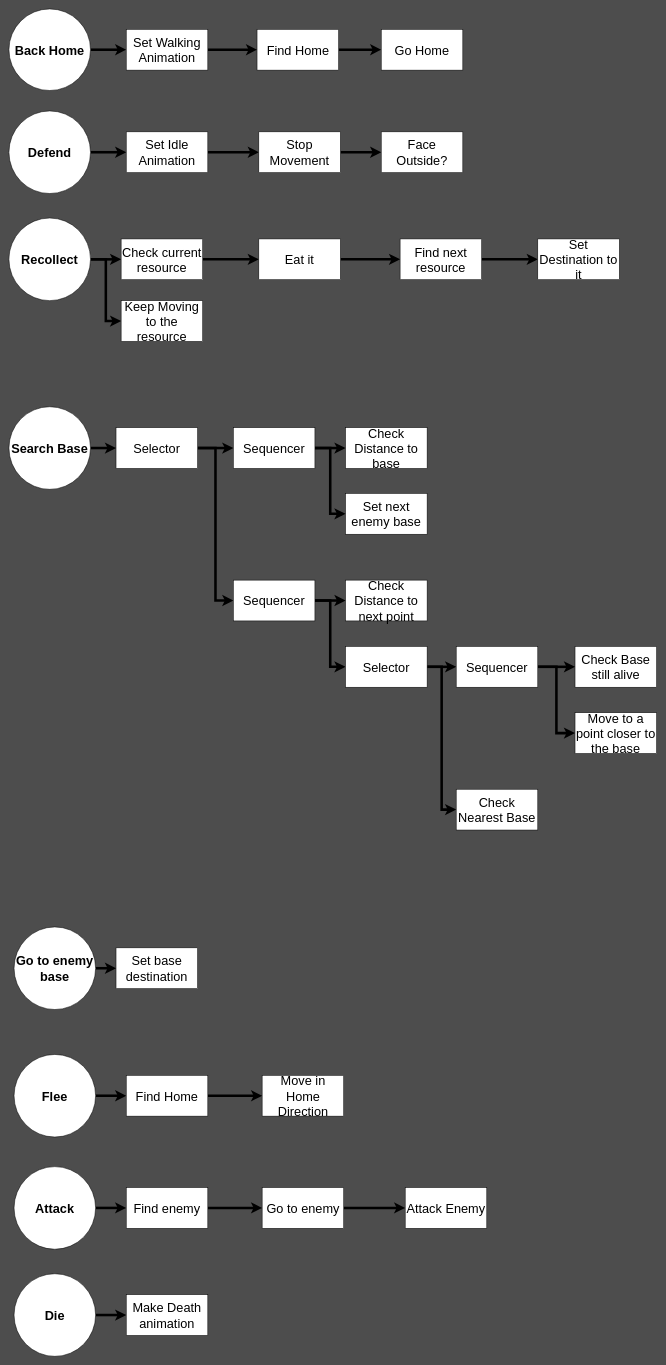
Before: page "Actions" (3 of 5) of Design/Ant.drawio in arturo101199/GardenBattle, a draw.io diagram. Source tidied: cells renumbered, new cells numbered last; positions are measured from the earlier drawing's top-left corner, leaving out a move shared by most shapes. Both pictures are drawn from the tidied source at 51%, with x=0, y=0 at pixel (9, 9).
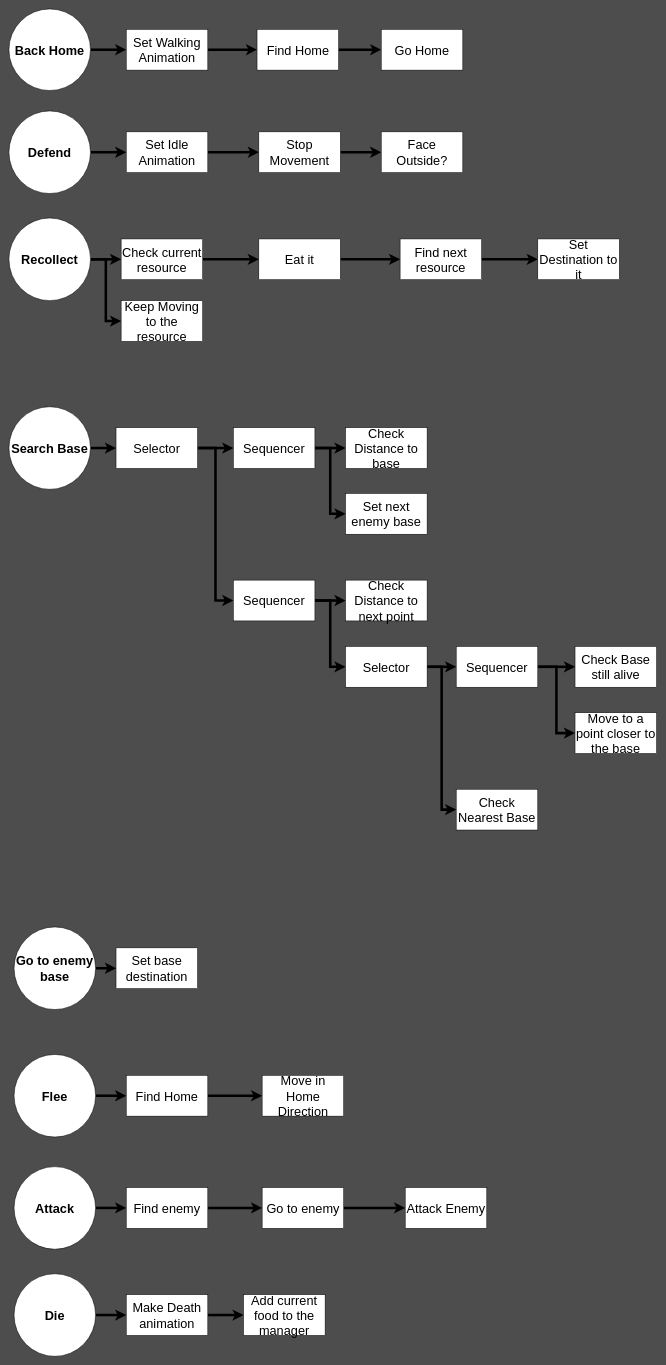
The same diagram, later.

The change refers to these unchanged cells:
```xml
<mxCell id="44" value="&lt;font style=&quot;font-size: 25px&quot;&gt;Make Death animation&lt;/font&gt;" style="rounded=0;whiteSpace=wrap;html=1;" parent="1" vertex="1">
  <mxGeometry x="230" y="2521" width="160" height="80" as="geometry" />
</mxCell>
```

Diff of the diagram source:
```diff
@@
+    <mxCell id="68" style="edgeStyle=orthogonalEdgeStyle;rounded=0;jettySize=auto;html=1;exitX=1;exitY=0.5;exitDx=0;exitDy=0;entryX=0;entryY=0.5;entryDx=0;entryDy=0;strokeWidth=5;" parent="1" edge="1" source="44" target="69">
+      <mxGeometry relative="1" as="geometry" />
+    </mxCell>
@@
+    <mxCell id="69" value="&lt;font style=&quot;font-size: 25px&quot;&gt;Add current food to the manager&lt;/font&gt;" style="rounded=0;whiteSpace=wrap;html=1;" parent="1" vertex="1">
+      <mxGeometry x="460" y="2521" width="160" height="80" as="geometry" />
+    </mxCell>
```
